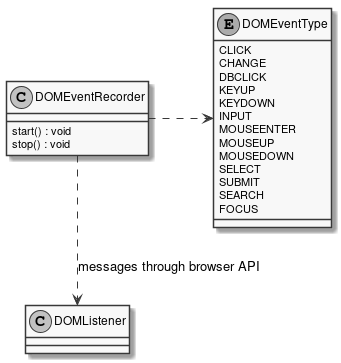
The PlantUML diagram documents/sd/resources/Classes/BrowserExtension/Content/DOMEventRecorder.png in insightmind/MORR, before a commit. The source it was exported from:
```plantuml
@startuml
skinparam linetype ortho
skinparam monochrome true
skinparam classAttributeIconSize 0
class DOMEventRecorder {
    start() : void
    stop() : void
}
DOMEventRecorder .RIGHT.> DOMEventType : uses
DOMEventRecorder .DOWN.> DOMListener : messages through browser API
enum DOMEventType {
    CLICK
    CHANGE
    DBCLICK
    KEYUP
    KEYDOWN
    INPUT
    MOUSEENTER
    MOUSEUP
    MOUSEDOWN
    SELECT
    SUBMIT
    SEARCH
    FOCUS
}

@enduml
```
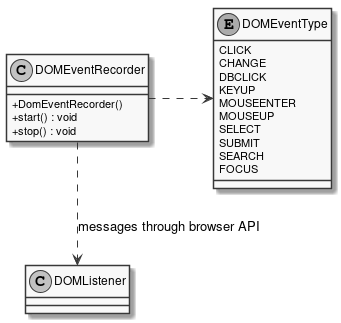
After the commit.

The edit, as a diff of the source:
```diff
@@ -3,8 +3,9 @@
 skinparam monochrome true
 skinparam classAttributeIconSize 0
 class DOMEventRecorder {
-    start() : void
-    stop() : void
+    + DomEventRecorder()
+    + start() : void
+    + stop() : void
 }
 DOMEventRecorder .RIGHT.> DOMEventType : uses
 DOMEventRecorder .DOWN.> DOMListener : messages through browser API
@@ -13,11 +14,8 @@
     CHANGE
     DBCLICK
     KEYUP
-    KEYDOWN
-    INPUT
     MOUSEENTER
     MOUSEUP
-    MOUSEDOWN
     SELECT
     SUBMIT
     SEARCH
```
